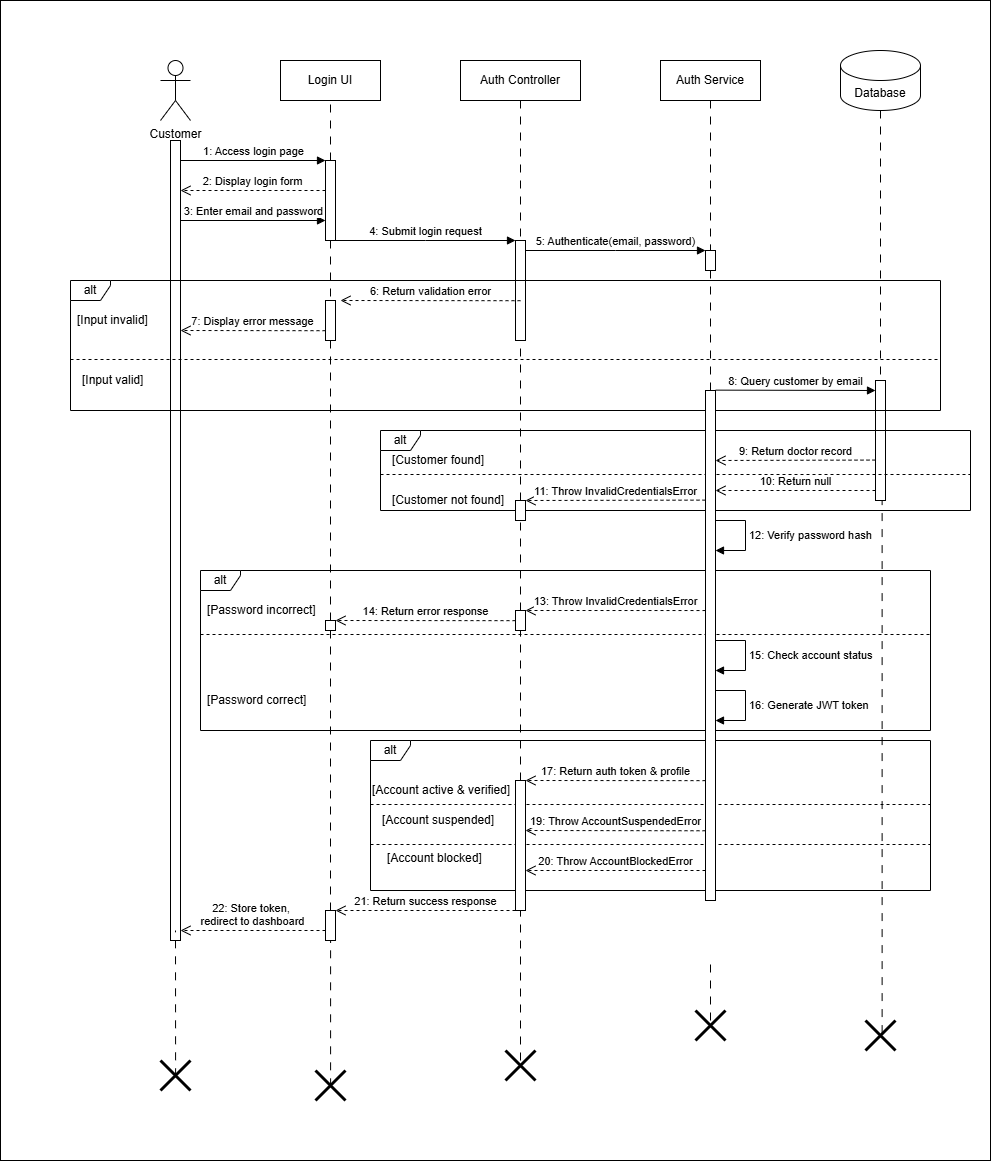
Earlier version of the draw.io export InProgress/Sequence Diagram/Branch Admin/login/login-Diagram.png (shah541-g/Fyp-Diagrams). Source tidied: cells renumbered, new cells last; positions are measured from the earlier drawing's top-left corner, leaving out a move shared by most shapes.
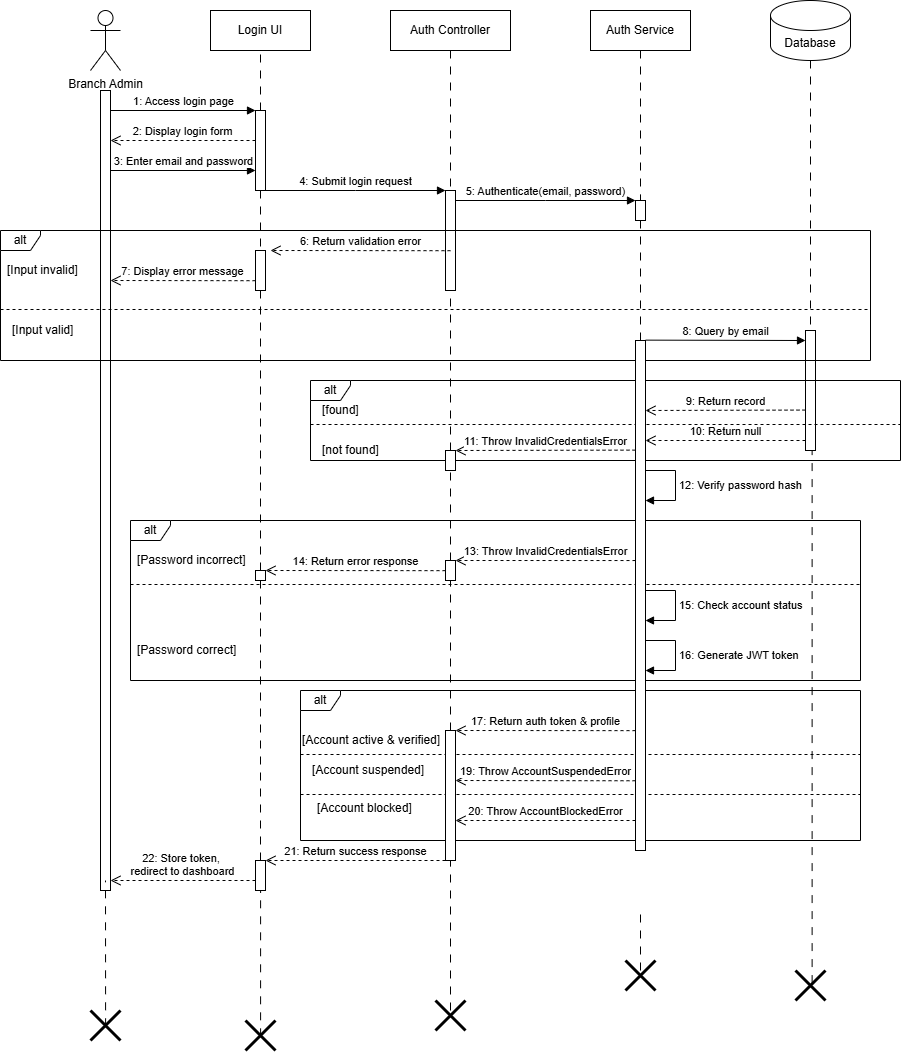
Above is the later version.

The edit, as a diff of the source:
```diff
@@ -2,10 +2,7 @@
   <root>
     <mxCell id="0" />
     <mxCell id="1" parent="0" />
-    <mxCell id="2" style="rounded=0;whiteSpace=wrap;html=1;" parent="1" vertex="1">
-      <mxGeometry width="990" height="1160" as="geometry" />
-    </mxCell>
-    <mxCell id="3" value="Customer" style="shape=umlActor;verticalLabelPosition=bottom;verticalAlign=top;html=1;" parent="1" vertex="1">
+    <mxCell id="3" value="Branch Admin" style="shape=umlActor;verticalLabelPosition=bottom;verticalAlign=top;html=1;" parent="1" vertex="1">
       <mxGeometry x="160" y="60" width="30" height="60" as="geometry" />
     </mxCell>
     <mxCell id="4" value="Login UI" style="rounded=0;whiteSpace=wrap;html=1;" parent="1" vertex="1">
@@ -104,7 +101,7 @@
         <mxPoint x="180" y="330.2" as="targetPoint" />
       </mxGeometry>
     </mxCell>
-    <mxCell id="27" value="8: Query customer by email" style="html=1;verticalAlign=bottom;endArrow=block;edgeStyle=elbowEdgeStyle;elbow=vertical;curved=0;rounded=0;" parent="1" edge="1">
+    <mxCell id="27" value="8: Query by email" style="html=1;verticalAlign=bottom;endArrow=block;edgeStyle=elbowEdgeStyle;elbow=vertical;curved=0;rounded=0;" parent="1" edge="1">
       <mxGeometry relative="1" as="geometry">
         <mxPoint x="715" y="389.6" as="sourcePoint" />
         <mxPoint x="875" y="389.6" as="targetPoint" />
@@ -113,10 +110,10 @@
     <mxCell id="28" value="alt" style="shape=umlFrame;whiteSpace=wrap;html=1;width=40;height=20;" parent="1" vertex="1">
       <mxGeometry x="380" y="430" width="590" height="80" as="geometry" />
     </mxCell>
-    <mxCell id="29" value="[Customer found]" style="text;html=1;align=left;verticalAlign=middle;strokeColor=none;fillColor=none;" parent="1" vertex="1">
-      <mxGeometry x="390" y="445" width="120" height="30" as="geometry" />
+    <mxCell id="29" value="[found]" style="text;html=1;align=left;verticalAlign=middle;strokeColor=none;fillColor=none;" parent="1" vertex="1">
+      <mxGeometry x="390" y="445" width="60" height="30" as="geometry" />
     </mxCell>
-    <mxCell id="30" value="9: Return doctor record" style="html=1;verticalAlign=bottom;endArrow=open;dashed=1;endSize=8;edgeStyle=elbowEdgeStyle;elbow=vertical;curved=0;rounded=0;" parent="1" edge="1">
+    <mxCell id="30" value="9: Return record" style="html=1;verticalAlign=bottom;endArrow=open;dashed=1;endSize=8;edgeStyle=elbowEdgeStyle;elbow=vertical;curved=0;rounded=0;" parent="1" edge="1">
       <mxGeometry relative="1" as="geometry">
         <mxPoint x="875" y="459.6" as="sourcePoint" />
         <mxPoint x="715" y="459.6" as="targetPoint" />
@@ -125,8 +122,8 @@
     <mxCell id="31" style="line;strokeWidth=1;fillColor=none;align=left;verticalAlign=middle;spacingTop=-1;spacingLeft=3;spacingRight=3;labelPosition=right;strokeColor=inherit;dashed=1;" parent="1" vertex="1">
       <mxGeometry x="380" y="470" width="590" height="8" as="geometry" />
     </mxCell>
-    <mxCell id="32" value="[Customer not found]" style="text;html=1;align=left;verticalAlign=middle;strokeColor=none;fillColor=none;" parent="1" vertex="1">
-      <mxGeometry x="390" y="485" width="140" height="30" as="geometry" />
+    <mxCell id="32" value="[not found]" style="text;html=1;align=left;verticalAlign=middle;strokeColor=none;fillColor=none;" parent="1" vertex="1">
+      <mxGeometry x="390" y="485" width="80" height="30" as="geometry" />
     </mxCell>
     <mxCell id="33" value="10: Return null" style="html=1;verticalAlign=bottom;endArrow=open;dashed=1;endSize=8;edgeStyle=elbowEdgeStyle;elbow=vertical;curved=0;rounded=0;" parent="1" edge="1">
       <mxGeometry relative="1" as="geometry">
```
